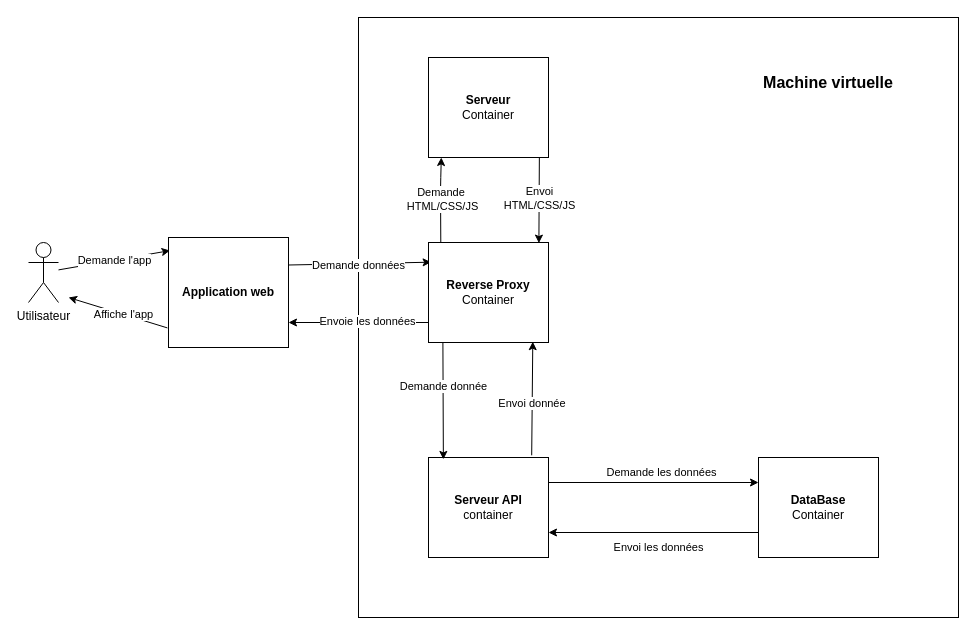
Above: 01_doc/Rapport-TB/assets/figures/infra.drawio in heig-vd-tin/plan-heigvd (draw.io), before the change. Source tidied: cells renumbered, new cells numbered last; positions are measured from the earlier drawing's top-left corner, leaving out a move shared by most shapes. Both pictures are drawn from the tidied source at 100%, with x=0, y=0 at pixel (28, 17).
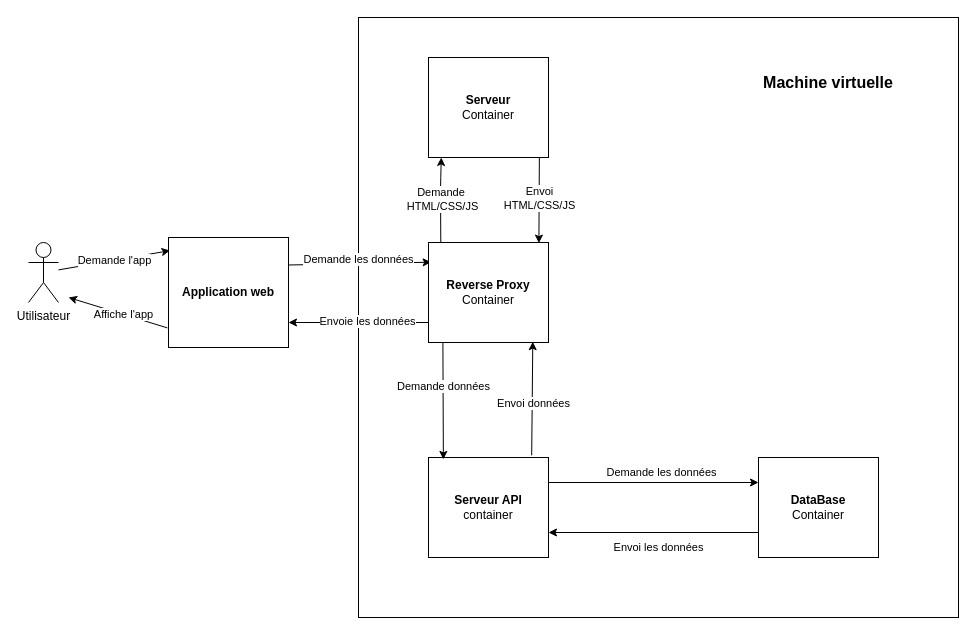
The same page after the edit.

Unchanged cells that the change refers to:
```xml
<mxCell id="3" style="edgeStyle=none;html=1;entryX=0.869;entryY=0.992;entryDx=0;entryDy=0;entryPerimeter=0;exitX=0.86;exitY=-0.022;exitDx=0;exitDy=0;exitPerimeter=0;" parent="1" edge="1" source="5" target="25">
  <mxGeometry relative="1" as="geometry" />
</mxCell>
<mxCell id="12" style="edgeStyle=none;html=1;entryX=0.022;entryY=0.197;entryDx=0;entryDy=0;exitX=1;exitY=0.25;exitDx=0;exitDy=0;entryPerimeter=0;" parent="1" edge="1" source="16" target="25">
  <mxGeometry relative="1" as="geometry" />
</mxCell>
<mxCell id="21" style="edgeStyle=none;html=1;exitX=0.12;exitY=0.992;exitDx=0;exitDy=0;exitPerimeter=0;entryX=0.124;entryY=0.019;entryDx=0;entryDy=0;entryPerimeter=0;" parent="1" edge="1" source="25" target="5">
  <mxGeometry relative="1" as="geometry" />
</mxCell>
```

Diff of the diagram source:
```diff
@@
-    <mxCell id="4" value="Envoi donnée&amp;nbsp;" style="edgeLabel;html=1;align=center;verticalAlign=middle;" parent="3" vertex="1">
+    <mxCell id="4" value="Envoi données" style="edgeLabel;html=1;align=center;verticalAlign=middle;" parent="3" vertex="1">
       <mxGeometry x="-0.09" y="-1" relative="1" as="geometry" />
     </mxCell>
@@
-    <mxCell id="13" value="Demande données" style="edgeLabel;html=1;align=center;verticalAlign=middle;" parent="12" vertex="1">
+    <mxCell id="13" value="Demande les données" style="edgeLabel;html=1;align=center;verticalAlign=middle;" parent="12" vertex="1">
       <mxGeometry x="-0.66" relative="1" as="geometry">
-        <mxPoint x="46" as="offset" />
+        <mxPoint x="46" y="-6" as="offset" />
       </mxGeometry>
     </mxCell>
@@
-    <mxCell id="22" value="Demande donnée" style="edgeLabel;html=1;align=center;verticalAlign=middle;" parent="21" vertex="1">
+    <mxCell id="22" value="Demande données" style="edgeLabel;html=1;align=center;verticalAlign=middle;" parent="21" vertex="1">
       <mxGeometry x="-0.26" relative="1" as="geometry" />
     </mxCell>
```
